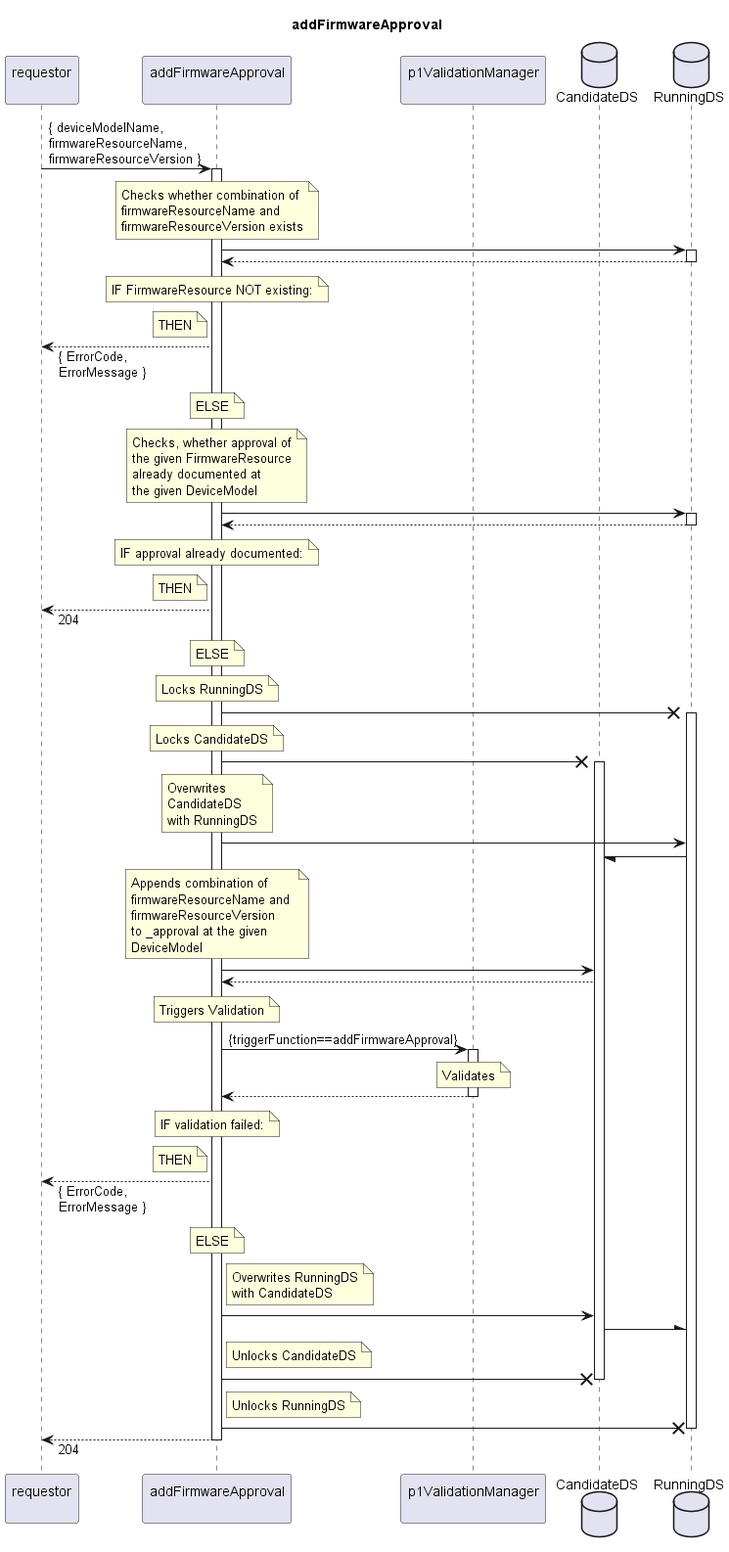
The PlantUML diagram spec/Services/addFirmwareApproval/1.0.0/addFirmwareApproval.png in openBackhaul/FirmWareManager, before a commit.
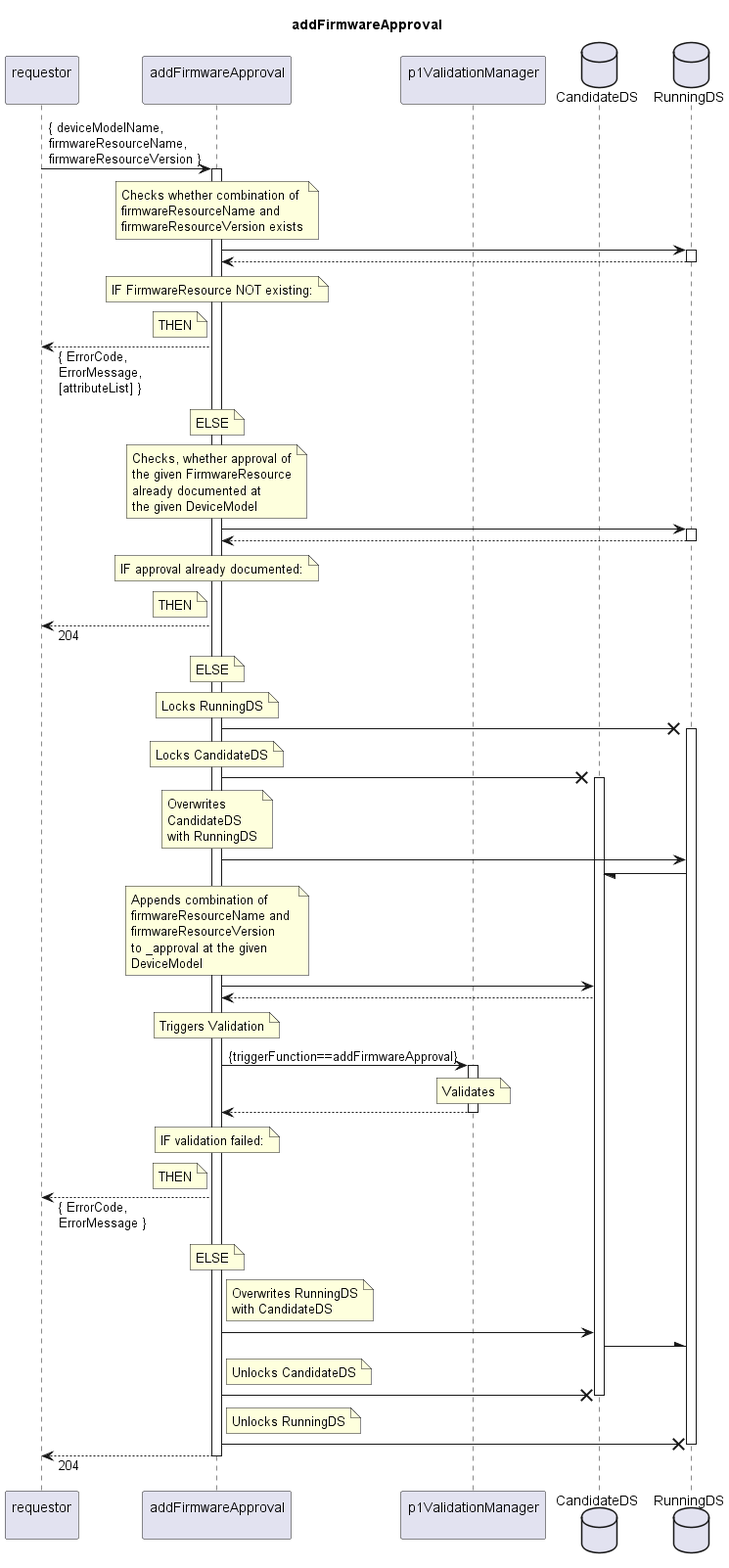
The same diagram one commit later.

The edit, as a diff of the source:
```diff
@@ -29,7 +29,7 @@
   note left addApprov
     THEN
   end note
-  requestor <-- addApprov: { ErrorCode,\nErrorMessage }
+  requestor <-- addApprov: { ErrorCode,\nErrorMessage,\n[attributeList] }
   note over addApprov
     ELSE
   end note
```
